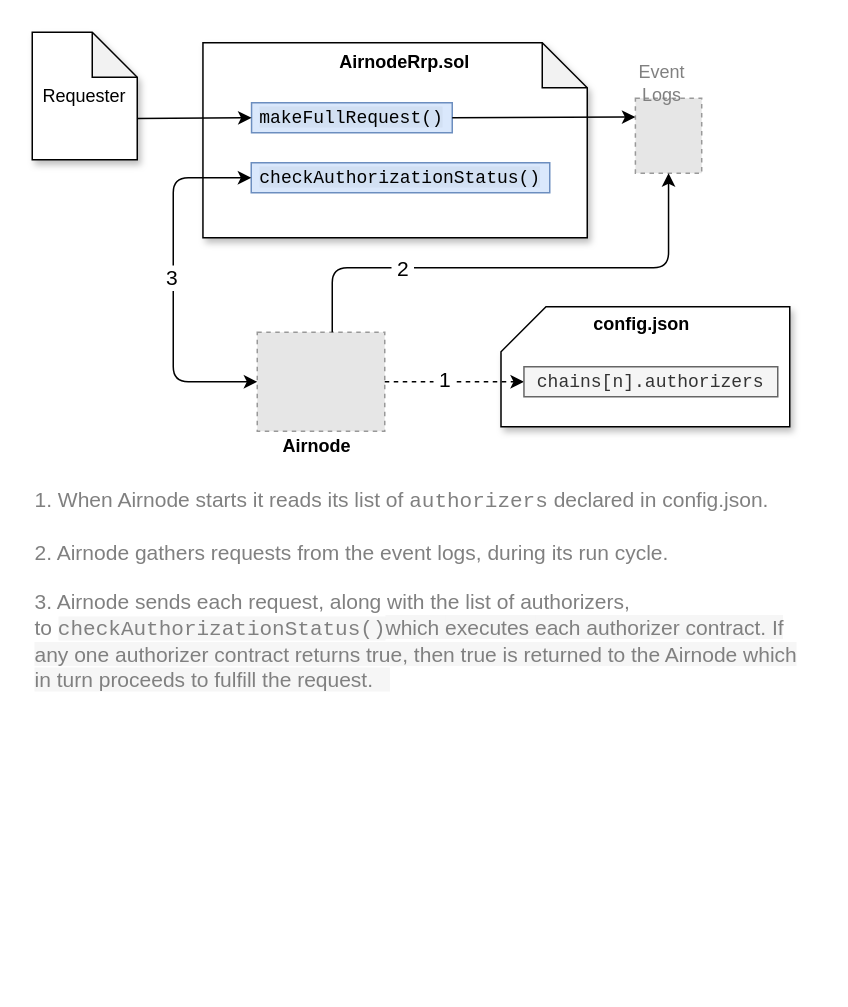
Earlier version of the draw.io diagram docs/airnode/next/assets/diagrams/concepts-authorizers.drawio (api3dao/old-api3-docs). Source tidied: cells renumbered, new cells numbered last; positions are measured from the earlier drawing's top-left corner, leaving out a move shared by most shapes. Both pictures are drawn from the tidied source at 150%, with x=0, y=0 at pixel (32, 32). Pictures stored in the file or linked from it are replaced by grey dashed boxes.
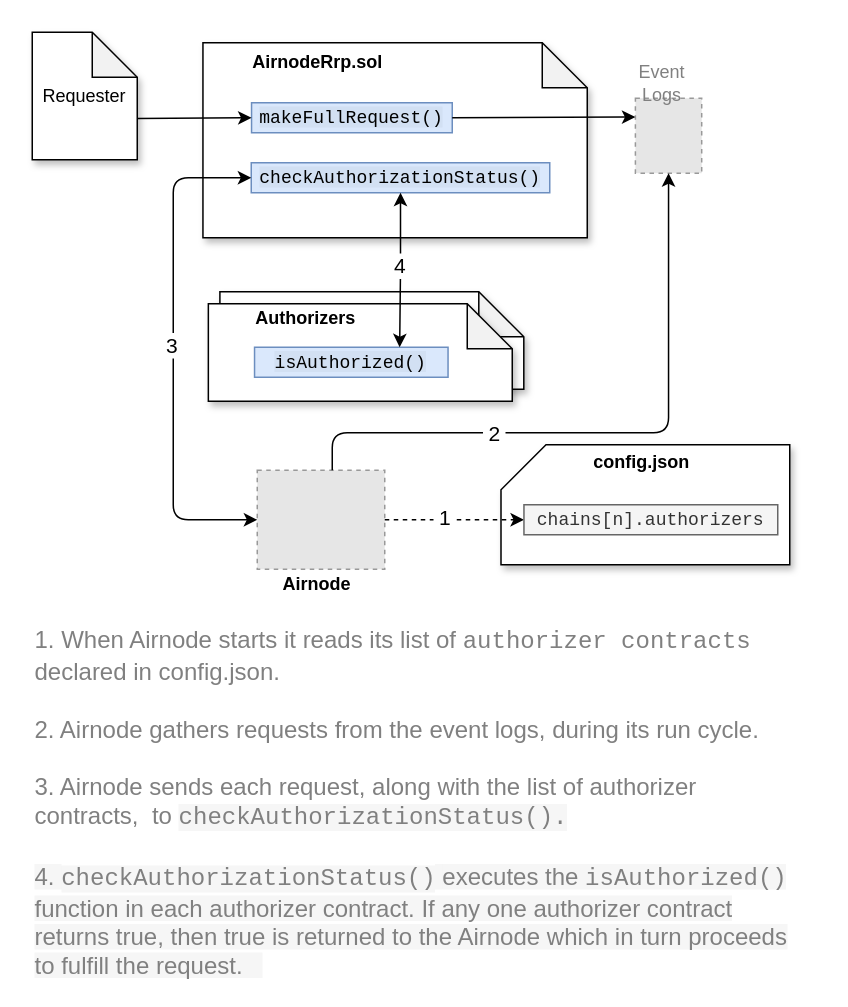
The same diagram, later.

Commit message (it also covers changes not shown here):
Added isAuthorizer to diagram

The change refers to these unchanged cells:
```xml
<mxCell id="7" value="&lt;span style=&quot;background-color: rgba(29 , 28 , 29 , 0.04)&quot;&gt;&lt;font face=&quot;Courier New&quot;&gt;checkAuthorizationStatus()&lt;/font&gt;&lt;/span&gt;" style="text;html=1;strokeColor=#6C8EBF;fillColor=#dae8fc;align=center;verticalAlign=middle;whiteSpace=wrap;rounded=0;" parent="1" vertex="1">
  <mxGeometry x="146" y="87" width="199" height="20" as="geometry" />
</mxCell>
<mxCell id="13" style="fillColor=#E6E6E6;strokeColor=#999999;dashed=1;verticalLabelPosition=bottom;labelBackgroundColor=#ffffff;verticalAlign=top;" parent="1" vertex="1">
  <mxGeometry x="402.1" y="44" width="44.2" height="50" as="geometry" />
</mxCell>
```

Diff of the diagram source:
```diff
@@
+    <mxCell id="23" style="shape=note;whiteSpace=wrap;html=1;backgroundOutline=1;darkOpacity=0.05;shadow=1;" parent="1" vertex="1">
+      <mxGeometry x="125.1" y="173" width="202.6" height="65" as="geometry" />
+    </mxCell>
     <mxCell id="2" style="shape=card;whiteSpace=wrap;html=1;shadow=1;sketch=0;rounded=0;" parent="1" vertex="1">
-      <mxGeometry x="312.5" y="183" width="192.5" height="80" as="geometry" />
+      <mxGeometry x="312.5" y="275" width="192.5" height="80" as="geometry" />
     </mxCell>
     <mxCell id="3" style="fillColor=#E6E6E6;strokeColor=#999999;dashed=1;verticalLabelPosition=bottom;labelBackgroundColor=#ffffff;verticalAlign=top;" parent="1" vertex="1">
-      <mxGeometry x="150" y="200" width="85" height="66" as="geometry" />
+      <mxGeometry x="150" y="292" width="85" height="66" as="geometry" />
     </mxCell>
@@
     <mxCell id="5" value="AirnodeRrp.sol" style="text;html=1;strokeColor=none;fillColor=none;align=center;verticalAlign=middle;whiteSpace=wrap;rounded=0;fontStyle=1;" parent="1" vertex="1">
-      <mxGeometry x="206.2" y="10" width="85" height="20" as="geometry" />
+      <mxGeometry x="148.2" y="10" width="85" height="20" as="geometry" />
     </mxCell>
     <mxCell id="6" value="Airnode" style="text;html=1;strokeColor=none;fillColor=none;align=center;verticalAlign=middle;whiteSpace=wrap;rounded=0;fontStyle=1;" parent="1" vertex="1">
-      <mxGeometry x="169.5" y="266" width="40" height="20" as="geometry" />
+      <mxGeometry x="169.5" y="358" width="40" height="20" as="geometry" />
     </mxCell>
@@
     <mxCell id="8" value="config.json" style="text;html=1;strokeColor=none;fillColor=none;align=center;verticalAlign=middle;whiteSpace=wrap;rounded=0;fontStyle=1;" parent="1" vertex="1">
-      <mxGeometry x="375.2" y="185" width="62.5" height="20" as="geometry" />
+      <mxGeometry x="375.2" y="277" width="62.5" height="20" as="geometry" />
     </mxCell>
@@
     <mxCell id="11" value="&lt;font face=&quot;Courier New&quot;&gt;chains[n].authorizers&lt;/font&gt;" style="text;html=1;align=center;verticalAlign=middle;whiteSpace=wrap;rounded=0;shadow=0;sketch=0;fillColor=#f5f5f5;strokeColor=#666666;fillStyle=solid;fontColor=#333333;" parent="1" vertex="1">
-      <mxGeometry x="327.8" y="223" width="169.2" height="20" as="geometry" />
+      <mxGeometry x="327.8" y="315" width="169.2" height="20" as="geometry" />
     </mxCell>
@@
     <mxCell id="15" style="edgeStyle=orthogonalEdgeStyle;rounded=1;jettySize=auto;html=1;startArrow=classic;startFill=1;entryX=0;entryY=0.5;entryDx=0;entryDy=0;exitX=0;exitY=0.5;exitDx=0;exitDy=0;" parent="1" edge="1" source="3" target="7">
       <mxGeometry relative="1" as="geometry">
         <Array as="points">
-          <mxPoint x="94" y="233" />
+          <mxPoint x="94" y="325" />
           <mxPoint x="94" y="97" />
         </Array>
       </mxGeometry>
     </mxCell>
@@
-    <mxCell id="17" value="&lt;font style=&quot;font-size: 14px&quot; color=&quot;#808080&quot;&gt;&lt;font style=&quot;font-size: 14px&quot;&gt;1. When Airnode starts it reads its list of &lt;font face=&quot;Courier New&quot;&gt;authorizers&lt;/font&gt; declared in config.json.&lt;br&gt;&lt;br&gt;2. Airnode gathers requests from the event logs, during its run cycle.&lt;br&gt;&lt;br&gt;3. Airnode sends each request, along with the list of authorizers,&amp;nbsp; to&amp;nbsp;&lt;/font&gt;&lt;span style=&quot;font-family: &amp;#34;courier new&amp;#34; ; background-color: rgba(29 , 28 , 29 , 0.04)&quot;&gt;checkAuthorizationStatus()&lt;/span&gt;&lt;span style=&quot;background-color: rgba(29 , 28 , 29 , 0.04)&quot;&gt;which&amp;nbsp;&lt;/span&gt;&lt;span style=&quot;background-color: rgba(29 , 28 , 29 , 0.04)&quot;&gt;&lt;font style=&quot;font-size: 14px&quot;&gt;executes&amp;nbsp;&lt;/font&gt;&lt;/span&gt;&lt;span style=&quot;background-color: rgba(29 , 28 , 29 , 0.04)&quot;&gt;&lt;font style=&quot;font-size: 14px&quot;&gt;each authorizer contract. If any one authorizer contract returns true, then true is returned to the Airnode which in turn proceeds to fulfill the request.&amp;nbsp; &amp;nbsp;&lt;/font&gt;&lt;/span&gt;&lt;/font&gt;&lt;font style=&quot;font-size: 14px&quot; color=&quot;#808080&quot;&gt;&lt;br&gt;&lt;/font&gt;" style="text;html=1;strokeColor=none;fillColor=none;align=left;verticalAlign=top;whiteSpace=wrap;rounded=0;shadow=1;sketch=0;" parent="1" vertex="1">
-      <mxGeometry y="297" width="520" height="150" as="geometry" />
+    <mxCell id="17" value="&lt;font style=&quot;font-size: 16px&quot; color=&quot;#808080&quot;&gt;&lt;font style=&quot;font-size: 16px&quot;&gt;1. When Airnode starts it reads its list of &lt;font face=&quot;Courier New&quot; style=&quot;font-size: 16px&quot;&gt;authorizer contracts&lt;/font&gt; declared in config.json.&lt;br&gt;&lt;br&gt;2. Airnode gathers requests from the event logs, during its run cycle.&lt;br&gt;&lt;br&gt;3. Airnode sends each request, along with the list of authorizer contracts,&amp;nbsp; to&amp;nbsp;&lt;/font&gt;&lt;span style=&quot;font-family: &amp;#34;courier new&amp;#34; ; background-color: rgba(29 , 28 , 29 , 0.04)&quot;&gt;checkAuthorizationStatus().&lt;br&gt;&lt;/span&gt;&lt;span style=&quot;background-color: rgba(29 , 28 , 29 , 0.04)&quot;&gt;&lt;br&gt;4.&amp;nbsp;&lt;/span&gt;&lt;/font&gt;&lt;span style=&quot;color: rgb(128 , 128 , 128) ; font-family: &amp;#34;courier new&amp;#34; ; font-size: 16px ; background-color: rgba(29 , 28 , 29 , 0.04)&quot;&gt;checkAuthorizationStatus()&lt;/span&gt;&lt;font style=&quot;font-size: 16px&quot; color=&quot;#808080&quot;&gt;&lt;span style=&quot;background-color: rgba(29 , 28 , 29 , 0.04)&quot;&gt;&amp;nbsp;&lt;/span&gt;&lt;span style=&quot;background-color: rgba(29 , 28 , 29 , 0.04)&quot;&gt;&lt;font style=&quot;font-size: 16px&quot;&gt;executes the &lt;font face=&quot;Courier New&quot; style=&quot;font-size: 16px&quot;&gt;isAuthorized()&lt;/font&gt; function in&amp;nbsp;&lt;/font&gt;&lt;/span&gt;&lt;span style=&quot;background-color: rgba(29 , 28 , 29 , 0.04)&quot;&gt;&lt;font style=&quot;font-size: 16px&quot;&gt;each authorizer contract. If any one authorizer contract returns true, then true is returned to the Airnode which in turn proceeds to fulfill the request.&amp;nbsp; &amp;nbsp;&lt;/font&gt;&lt;/span&gt;&lt;/font&gt;&lt;font style=&quot;font-size: 14px&quot; color=&quot;#808080&quot;&gt;&lt;br&gt;&lt;/font&gt;" style="text;html=1;strokeColor=none;fillColor=none;align=left;verticalAlign=top;whiteSpace=wrap;rounded=0;shadow=1;sketch=0;" parent="1" vertex="1">
+      <mxGeometry y="389" width="520" height="150" as="geometry" />
     </mxCell>
     <mxCell id="18" style="edgeStyle=orthogonalEdgeStyle;rounded=1;jettySize=auto;html=1;startArrow=none;startFill=0;entryX=0.5;entryY=1;entryDx=0;entryDy=0;" parent="1" edge="1" source="3" target="13">
       <mxGeometry relative="1" as="geometry">
         <Array as="points">
-          <mxPoint x="200" y="157" />
-          <mxPoint x="424" y="157" />
+          <mxPoint x="200" y="267" />
+          <mxPoint x="424" y="267" />
         </Array>
       </mxGeometry>
     </mxCell>
@@
+    <mxCell id="24" style="shape=note;whiteSpace=wrap;html=1;backgroundOutline=1;darkOpacity=0.05;shadow=1;" parent="1" vertex="1">
+      <mxGeometry x="117.4" y="181" width="202.6" height="65" as="geometry" />
+    </mxCell>
+    <mxCell id="25" value="&lt;span style=&quot;background-color: rgba(29 , 28 , 29 , 0.04)&quot;&gt;&lt;font face=&quot;Courier New&quot;&gt;isAuthorized()&lt;/font&gt;&lt;/span&gt;" style="text;html=1;strokeColor=#6C8EBF;fillColor=#dae8fc;align=center;verticalAlign=middle;whiteSpace=wrap;rounded=0;" parent="1" vertex="1">
+      <mxGeometry x="148.2" y="210" width="129" height="20" as="geometry" />
+    </mxCell>
+    <mxCell id="26" style="edgeStyle=orthogonalEdgeStyle;rounded=0;jettySize=auto;html=1;entryX=0.75;entryY=0;entryDx=0;entryDy=0;startArrow=classic;startFill=1;" parent="1" edge="1" source="7" target="25">
+      <mxGeometry relative="1" as="geometry" />
+    </mxCell>
+    <mxCell id="27" value="&lt;font style=&quot;font-size: 14px&quot;&gt;&amp;nbsp;&lt;font style=&quot;font-size: 14px&quot;&gt;4&lt;/font&gt;&amp;nbsp;&lt;/font&gt;" style="edgeLabel;html=1;align=center;verticalAlign=middle;" parent="26" vertex="1">
+      <mxGeometry x="0.03" y="1" relative="1" as="geometry">
+        <mxPoint x="-1" y="-4" as="offset" />
+      </mxGeometry>
+    </mxCell>
+    <mxCell id="28" value="Authorizers" style="text;html=1;strokeColor=none;fillColor=none;align=center;verticalAlign=middle;whiteSpace=wrap;rounded=0;fontStyle=1;" parent="1" vertex="1">
+      <mxGeometry x="140" y="181" width="85" height="20" as="geometry" />
+    </mxCell>
```
